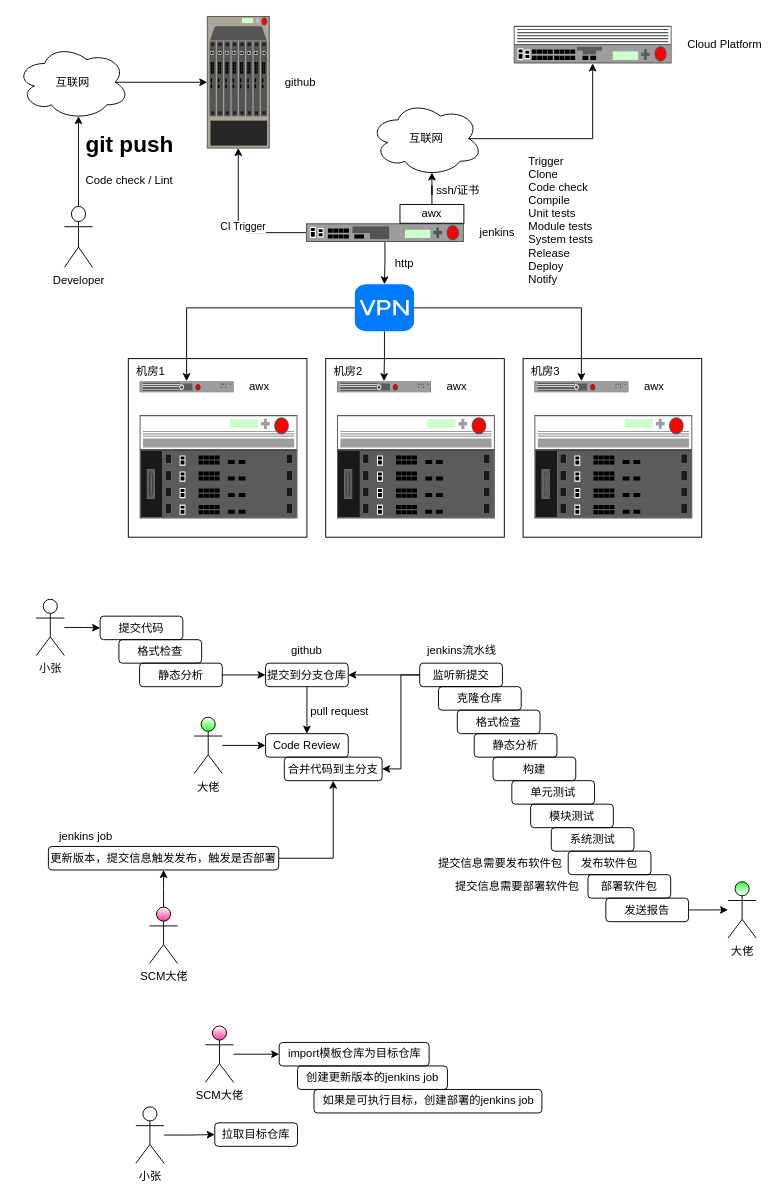
The draw.io diagram page "CICD" (2 of 4) of Arch.drawio in NpoolPlatform/architecture, before the edit. Source tidied: cells renumbered, new cells numbered last; positions are measured from the earlier drawing's top-left corner, leaving out a move shared by most shapes. Both pictures are drawn from the tidied source at 94%, with x=0, y=0 at pixel (16, 16).
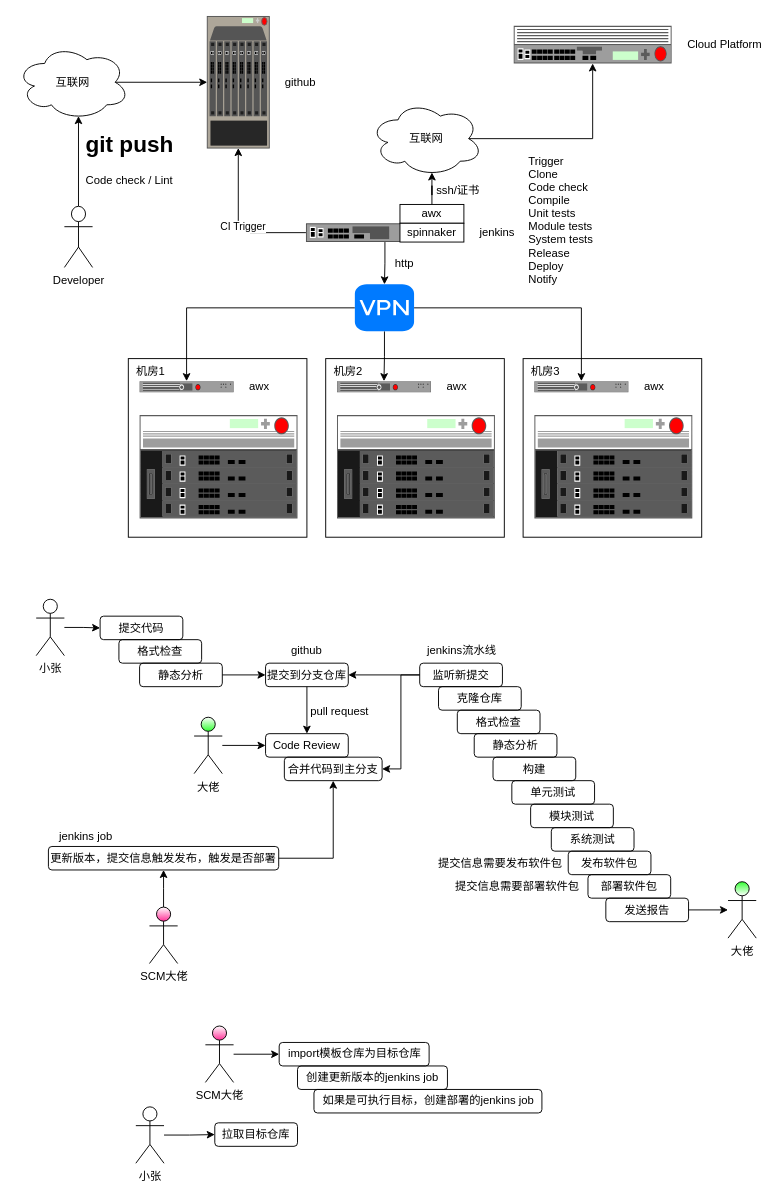
Above is the later version.

Diff of the diagram source:
```diff
@@
+    <mxCell id="82" value="spinnaker" style="rounded=0;whiteSpace=wrap;html=1;" parent="1" vertex="1">
+      <mxGeometry x="408" y="220" width="68" height="20" as="geometry" />
+    </mxCell>
```
